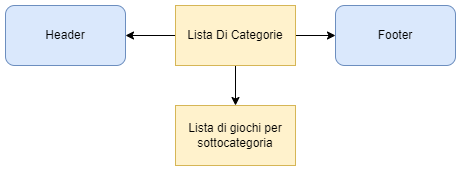
Earlier version of the draw.io export Images/BP_listaCategoria.png (MarcoTomasone/Gioco.it-Redesign). Source tidied: cells renumbered, new cells last; positions are measured from the earlier drawing's top-left corner, leaving out a move shared by most shapes. Its diagram source:
```xml
<mxGraphModel>
  <root>
    <mxCell id="0" />
    <mxCell id="1" parent="0" />
    <mxCell id="2" style="edgeStyle=orthogonalEdgeStyle;rounded=0;jettySize=auto;html=1;exitX=1;exitY=0.5;exitDx=0;exitDy=0;endArrow=classic;endFill=1;" parent="1" edge="1" source="5">
      <mxGeometry relative="1" as="geometry">
        <mxPoint x="330" y="30" as="targetPoint" />
      </mxGeometry>
    </mxCell>
    <mxCell id="3" style="edgeStyle=orthogonalEdgeStyle;rounded=0;jettySize=auto;html=1;exitX=0;exitY=0.5;exitDx=0;exitDy=0;entryX=1;entryY=0.5;entryDx=0;entryDy=0;endArrow=classic;endFill=1;" parent="1" edge="1" source="5" target="7">
      <mxGeometry relative="1" as="geometry" />
    </mxCell>
    <mxCell id="4" style="edgeStyle=orthogonalEdgeStyle;rounded=0;jettySize=auto;html=1;exitX=0.5;exitY=1;exitDx=0;exitDy=0;entryX=0.5;entryY=0;entryDx=0;entryDy=0;endArrow=classic;endFill=1;" parent="1" edge="1" source="5">
      <mxGeometry relative="1" as="geometry">
        <mxPoint x="230" y="100" as="targetPoint" />
      </mxGeometry>
    </mxCell>
    <mxCell id="5" value="Lista Di Categorie" style="rounded=0;whiteSpace=wrap;html=1;fillColor=#fff2cc;strokeColor=#d6b656;" parent="1" vertex="1">
      <mxGeometry x="170" width="120" height="60" as="geometry" />
    </mxCell>
    <mxCell id="6" value="Footer" style="rounded=1;whiteSpace=wrap;html=1;fillColor=#dae8fc;strokeColor=#6c8ebf;" parent="1" vertex="1">
      <mxGeometry x="330" width="120" height="60" as="geometry" />
    </mxCell>
    <mxCell id="7" value="Header" style="rounded=1;whiteSpace=wrap;html=1;fillColor=#dae8fc;strokeColor=#6c8ebf;" parent="1" vertex="1">
      <mxGeometry width="120" height="60" as="geometry" />
    </mxCell>
    <mxCell id="8" value="Lista di giochi per sottocategoria" style="rounded=0;whiteSpace=wrap;html=1;fillColor=#fff2cc;strokeColor=#d6b656;" parent="1" vertex="1">
      <mxGeometry x="170" y="100" width="120" height="60" as="geometry" />
    </mxCell>
  </root>
</mxGraphModel>
```
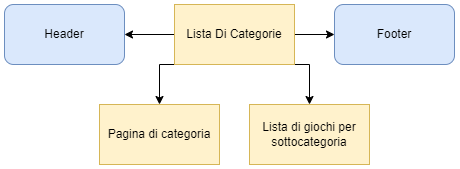
After the commit.

Diff of the diagram source:
```diff
@@ -2,30 +2,43 @@
   <root>
     <mxCell id="0" />
     <mxCell id="1" parent="0" />
-    <mxCell id="2" style="edgeStyle=orthogonalEdgeStyle;rounded=0;jettySize=auto;html=1;exitX=1;exitY=0.5;exitDx=0;exitDy=0;endArrow=classic;endFill=1;" parent="1" edge="1" source="5">
+    <mxCell id="2" style="edgeStyle=orthogonalEdgeStyle;rounded=0;jettySize=auto;html=1;exitX=1;exitY=0.5;exitDx=0;exitDy=0;endArrow=classic;endFill=1;" parent="1" edge="1" source="6">
       <mxGeometry relative="1" as="geometry">
         <mxPoint x="330" y="30" as="targetPoint" />
       </mxGeometry>
     </mxCell>
-    <mxCell id="3" style="edgeStyle=orthogonalEdgeStyle;rounded=0;jettySize=auto;html=1;exitX=0;exitY=0.5;exitDx=0;exitDy=0;entryX=1;entryY=0.5;entryDx=0;entryDy=0;endArrow=classic;endFill=1;" parent="1" edge="1" source="5" target="7">
+    <mxCell id="3" style="edgeStyle=orthogonalEdgeStyle;rounded=0;jettySize=auto;html=1;exitX=0;exitY=0.5;exitDx=0;exitDy=0;entryX=1;entryY=0.5;entryDx=0;entryDy=0;endArrow=classic;endFill=1;" parent="1" edge="1" source="6" target="8">
       <mxGeometry relative="1" as="geometry" />
     </mxCell>
-    <mxCell id="4" style="edgeStyle=orthogonalEdgeStyle;rounded=0;jettySize=auto;html=1;exitX=0.5;exitY=1;exitDx=0;exitDy=0;entryX=0.5;entryY=0;entryDx=0;entryDy=0;endArrow=classic;endFill=1;" parent="1" edge="1" source="5">
+    <mxCell id="4" style="edgeStyle=orthogonalEdgeStyle;rounded=0;jettySize=auto;html=1;exitX=0.5;exitY=1;exitDx=0;exitDy=0;entryX=0.5;entryY=0;entryDx=0;entryDy=0;endArrow=classic;endFill=1;" parent="1" edge="1" source="6" target="9">
       <mxGeometry relative="1" as="geometry">
-        <mxPoint x="230" y="100" as="targetPoint" />
+        <Array as="points">
+          <mxPoint x="305" y="60" />
+          <mxPoint x="305" y="100" />
+        </Array>
       </mxGeometry>
     </mxCell>
-    <mxCell id="5" value="Lista Di Categorie" style="rounded=0;whiteSpace=wrap;html=1;fillColor=#fff2cc;strokeColor=#d6b656;" parent="1" vertex="1">
-      <mxGeometry x="170" width="120" height="60" as="geometry" />
+    <mxCell id="5" style="edgeStyle=orthogonalEdgeStyle;rounded=0;jettySize=auto;html=1;exitX=0.5;exitY=1;exitDx=0;exitDy=0;entryX=0.5;entryY=0;entryDx=0;entryDy=0;endArrow=classic;endFill=1;" parent="1" edge="1" source="6" target="10">
+      <mxGeometry relative="1" as="geometry">
+        <Array as="points">
+          <mxPoint x="155" y="60" />
+        </Array>
+      </mxGeometry>
     </mxCell>
-    <mxCell id="6" value="Footer" style="rounded=1;whiteSpace=wrap;html=1;fillColor=#dae8fc;strokeColor=#6c8ebf;" parent="1" vertex="1">
-      <mxGeometry x="330" width="120" height="60" as="geometry" />
+    <mxCell id="6" value="Lista Di Categorie" style="rounded=0;whiteSpace=wrap;html=1;fillColor=#fff2cc;strokeColor=#d6b656;" parent="1" vertex="1">
+      <mxGeometry x="170" width="120" height="60" as="geometry" />
     </mxCell>
-    <mxCell id="7" value="Header" style="rounded=1;whiteSpace=wrap;html=1;fillColor=#dae8fc;strokeColor=#6c8ebf;" parent="1" vertex="1">
-      <mxGeometry width="120" height="60" as="geometry" />
+    <mxCell id="7" value="Footer" style="rounded=1;whiteSpace=wrap;html=1;fillColor=#dae8fc;strokeColor=#6c8ebf;" parent="1" vertex="1">
+      <mxGeometry x="330" width="120" height="60" as="geometry" />
     </mxCell>
-    <mxCell id="8" value="Lista di giochi per sottocategoria" style="rounded=0;whiteSpace=wrap;html=1;fillColor=#fff2cc;strokeColor=#d6b656;" parent="1" vertex="1">
-      <mxGeometry x="170" y="100" width="120" height="60" as="geometry" />
+    <mxCell id="8" value="Header" style="rounded=1;whiteSpace=wrap;html=1;fillColor=#dae8fc;strokeColor=#6c8ebf;" parent="1" vertex="1">
+      <mxGeometry width="120" height="60" as="geometry" />
     </mxCell>
+    <mxCell id="9" value="Lista di giochi per sottocategoria" style="rounded=0;whiteSpace=wrap;html=1;fillColor=#fff2cc;strokeColor=#d6b656;" parent="1" vertex="1">
+      <mxGeometry x="245" y="100" width="120" height="60" as="geometry" />
+    </mxCell>
+    <mxCell id="10" value="Pagina di categoria" style="rounded=0;whiteSpace=wrap;html=1;fillColor=#fff2cc;strokeColor=#d6b656;" parent="1" vertex="1">
+      <mxGeometry x="95" y="100" width="120" height="60" as="geometry" />
+    </mxCell>
   </root>
 </mxGraphModel>
```
